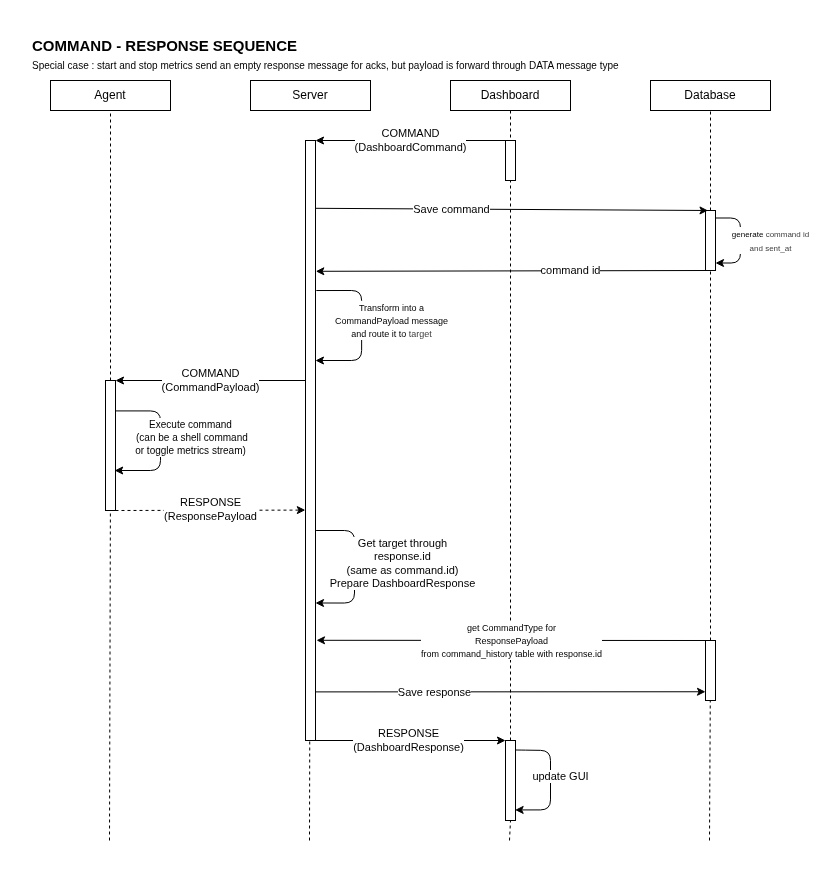
Earlier version of the draw.io export _docs/protocol/command_response_sequence.png (thibault-caron/inferno). Source tidied: cells renumbered, new cells last; positions are measured from the earlier drawing's top-left corner, leaving out a move shared by most shapes.
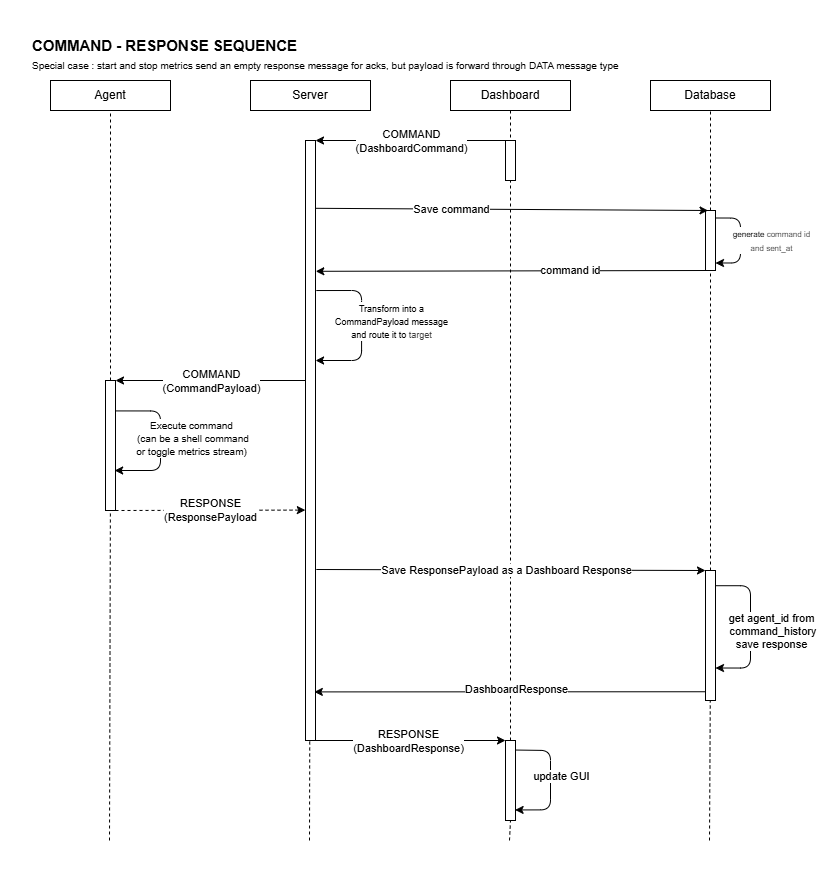
Above is the later version.

Commit message:
docs: update command response diagram

Change to the diagram source:
```diff
@@ -59,20 +59,6 @@
         <mxPoint x="41" y="-1" as="offset" />
       </mxGeometry>
     </mxCell>
-    <mxCell id="16" style="edgeStyle=orthogonalEdgeStyle;html=1;exitX=1.06;exitY=0.65;exitDx=0;exitDy=0;entryX=1;entryY=0.75;entryDx=0;entryDy=0;exitPerimeter=0;" parent="1" edge="1" source="22">
-      <mxGeometry relative="1" as="geometry">
-        <mxPoint x="315" y="602.5" as="targetPoint" />
-        <Array as="points">
-          <mxPoint x="354" y="530" />
-          <mxPoint x="354" y="602" />
-        </Array>
-      </mxGeometry>
-    </mxCell>
-    <mxCell id="17" value="Get target through&lt;div&gt;response.id&lt;div&gt;(same as command.id)&lt;/div&gt;&lt;/div&gt;&lt;div&gt;Prepare DashboardResponse&lt;/div&gt;" style="edgeLabel;html=1;align=center;verticalAlign=middle;" parent="16" vertex="1">
-      <mxGeometry x="-0.03" y="3" relative="1" as="geometry">
-        <mxPoint x="45" y="-2" as="offset" />
-      </mxGeometry>
-    </mxCell>
     <mxCell id="18" style="edgeStyle=none;html=1;exitX=1;exitY=1;exitDx=0;exitDy=0;entryX=0;entryY=0;entryDx=0;entryDy=0;" parent="1" edge="1" source="22" target="50">
       <mxGeometry relative="1" as="geometry" />
     </mxCell>
@@ -81,16 +67,16 @@
         <mxPoint y="1" as="offset" />
       </mxGeometry>
     </mxCell>
-    <mxCell id="20" style="edgeStyle=none;html=1;exitX=0.883;exitY=0.919;exitDx=0;exitDy=0;entryX=0;entryY=0;entryDx=0;entryDy=0;exitPerimeter=0;" parent="1" edge="1" source="22">
+    <mxCell id="20" style="edgeStyle=none;html=1;exitX=0.883;exitY=0.919;exitDx=0;exitDy=0;entryX=0;entryY=0;entryDx=0;entryDy=0;exitPerimeter=0;endArrow=none;endFill=0;startArrow=classic;startFill=1;" parent="1" edge="1" source="22">
       <mxGeometry relative="1" as="geometry">
         <mxPoint x="705" y="691.2" as="targetPoint" />
       </mxGeometry>
     </mxCell>
-    <mxCell id="21" value="Save response" style="edgeLabel;html=1;align=center;verticalAlign=middle;" parent="20" vertex="1">
-      <mxGeometry x="-0.52" y="-1" relative="1" as="geometry">
-        <mxPoint x="26" y="-1" as="offset" />
-      </mxGeometry>
-    </mxCell>
+    <mxCell id="51" value="DashboardResponse" style="edgeLabel;html=1;align=center;verticalAlign=middle;" parent="20" vertex="1">
+      <mxGeometry x="0.15" y="3" relative="1" as="geometry">
+        <mxPoint x="-23" as="offset" />
+      </mxGeometry>
+    </mxCell>
     <mxCell id="22" style="rounded=0;whiteSpace=wrap;html=1;" parent="1" vertex="1">
       <mxGeometry x="305" y="140" width="10" height="600" as="geometry" />
     </mxCell>
@@ -164,7 +150,7 @@
       </mxGeometry>
     </mxCell>
     <mxCell id="37" style="rounded=0;whiteSpace=wrap;html=1;" parent="1" vertex="1">
-      <mxGeometry x="705" y="640" width="10" height="60" as="geometry" />
+      <mxGeometry x="705" y="570" width="10" height="130" as="geometry" />
     </mxCell>
     <mxCell id="38" style="endArrow=none;html=1;dashed=1;entryX=0.5;entryY=1;entryDx=0;entryDy=0;" parent="1" edge="1" source="50">
       <mxGeometry relative="1" as="geometry">
@@ -206,14 +192,14 @@
     <mxCell id="46" value="command id" style="edgeLabel;html=1;align=center;verticalAlign=middle;" parent="45" vertex="1">
       <mxGeometry x="-0.3" y="-1" relative="1" as="geometry" />
     </mxCell>
-    <mxCell id="47" style="edgeStyle=none;html=1;exitX=1.1;exitY=0.833;exitDx=0;exitDy=0;entryX=0;entryY=0;entryDx=0;entryDy=0;exitPerimeter=0;startArrow=classic;startFill=1;endArrow=none;endFill=0;" parent="1" edge="1" source="22" target="37">
+    <mxCell id="47" style="edgeStyle=none;html=1;exitX=1.081;exitY=0.715;exitDx=0;exitDy=0;entryX=0;entryY=0;entryDx=0;entryDy=0;exitPerimeter=0;startArrow=none;startFill=0;endArrow=classic;endFill=1;" parent="1" edge="1" source="22" target="37">
       <mxGeometry relative="1" as="geometry" />
     </mxCell>
-    <mxCell id="48" value="&lt;font style=&quot;font-size: 9px;&quot;&gt;get CommandType for&lt;/font&gt;&lt;div&gt;&lt;font style=&quot;font-size: 9px;&quot;&gt;ResponsePayload&lt;/font&gt;&lt;/div&gt;&lt;div&gt;&lt;font style=&quot;font-size: 9px;&quot;&gt;from command_history table with response.id&lt;/font&gt;&lt;/div&gt;" style="edgeLabel;html=1;align=center;verticalAlign=middle;" parent="47" vertex="1">
-      <mxGeometry x="-0.52" y="-1" relative="1" as="geometry">
-        <mxPoint x="101" y="-1" as="offset" />
-      </mxGeometry>
-    </mxCell>
+    <mxCell id="52" value="Save ResponsePayload as a Dashboard Response" style="edgeLabel;html=1;align=center;verticalAlign=middle;" parent="47" vertex="1">
+      <mxGeometry x="-0.23" y="3" relative="1" as="geometry">
+        <mxPoint x="39" y="3" as="offset" />
+      </mxGeometry>
+    </mxCell>
     <mxCell id="49" style="endArrow=none;html=1;dashed=1;entryX=0.5;entryY=1;entryDx=0;entryDy=0;" parent="1" edge="1" target="50">
       <mxGeometry relative="1" as="geometry">
         <mxPoint x="509" y="840" as="sourcePoint" />
@@ -222,5 +208,18 @@
     <mxCell id="50" style="rounded=0;whiteSpace=wrap;html=1;" parent="1" vertex="1">
       <mxGeometry x="505" y="740" width="10" height="80" as="geometry" />
     </mxCell>
+    <mxCell id="53" style="edgeStyle=orthogonalEdgeStyle;html=1;entryX=1;entryY=0.75;entryDx=0;entryDy=0;exitX=0.981;exitY=0.117;exitDx=0;exitDy=0;exitPerimeter=0;" parent="1" edge="1" source="37" target="37">
+      <mxGeometry relative="1" as="geometry">
+        <Array as="points">
+          <mxPoint x="750" y="585" />
+          <mxPoint x="750" y="668" />
+        </Array>
+      </mxGeometry>
+    </mxCell>
+    <mxCell id="54" value="get agent_id from&lt;div&gt;&amp;nbsp;command_history&lt;div&gt;save response&lt;/div&gt;&lt;/div&gt;" style="edgeLabel;html=1;align=center;verticalAlign=middle;" parent="53" vertex="1">
+      <mxGeometry x="0.27" y="7" relative="1" as="geometry">
+        <mxPoint x="13" y="-17" as="offset" />
+      </mxGeometry>
+    </mxCell>
   </root>
 </mxGraphModel>
```
